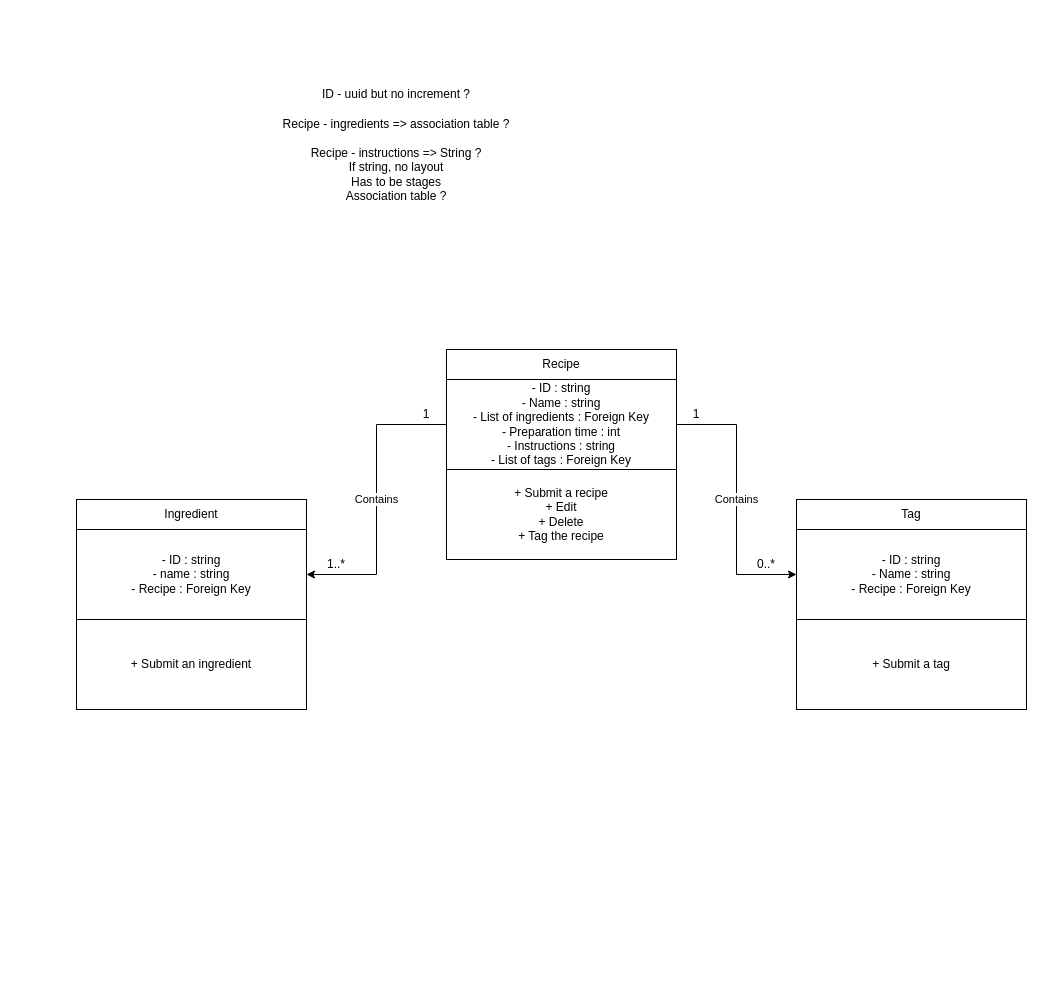
The draw.io diagram part3/5_Components_-_classes_-_database_design/ClassDiagram.drawio in jmitchell35/holbertonschool-portfolio_project, before the edit. Source tidied: cells renumbered, new cells numbered last; positions are measured from the earlier drawing's top-left corner, leaving out a move shared by most shapes. Both pictures are drawn from the tidied source at 100%, with x=0, y=0 at pixel (76, 79).
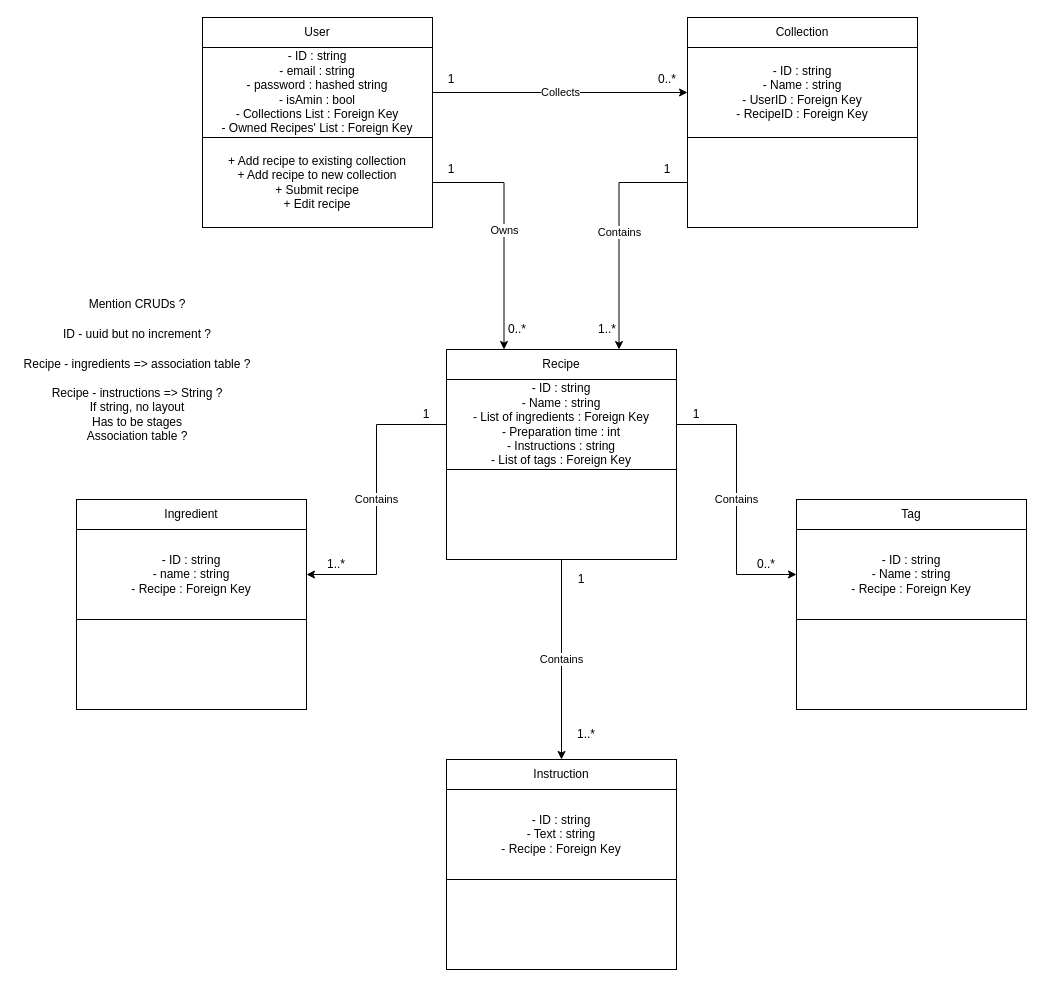
The same page after the edit.

Unchanged cells that the change refers to:
```xml
<mxCell id="2" style="group;" parent="1" vertex="1">
  <mxGeometry x="370" y="270" width="230" height="210" as="geometry" />
</mxCell>
<mxCell id="4" value="Recipe" style="rounded=0;whiteSpace=wrap;html=1;" parent="2" vertex="1">
  <mxGeometry width="230" height="30" as="geometry" />
</mxCell>
<mxCell id="7" style="group;" parent="1" vertex="1">
  <mxGeometry y="420" width="230" height="210" as="geometry" />
</mxCell>
<mxCell id="18" style="group;" parent="1" vertex="1">
  <mxGeometry x="720" y="420" width="230" height="210" as="geometry" />
</mxCell>
```

Diff of the diagram source:
```diff
@@
-    <mxCell id="6" value="&lt;div&gt;+ Submit a recipe&lt;/div&gt;&lt;div&gt;+ Edit&lt;/div&gt;&lt;div&gt;+ Delete&lt;/div&gt;&lt;div&gt;+ Tag the recipe&lt;/div&gt;" style="rounded=0;whiteSpace=wrap;html=1;" parent="2" vertex="1">
+    <mxCell id="6" style="rounded=0;whiteSpace=wrap;html=1;" parent="2" vertex="1">
       <mxGeometry y="120" width="230" height="90" as="geometry" />
     </mxCell>
@@
-    <mxCell id="11" value="&lt;div&gt;+ Submit an ingredient&lt;/div&gt;" style="rounded=0;whiteSpace=wrap;html=1;" parent="7" vertex="1">
+    <mxCell id="11" style="rounded=0;whiteSpace=wrap;html=1;" parent="7" vertex="1">
       <mxGeometry y="120" width="230" height="90" as="geometry" />
     </mxCell>
     <mxCell id="12" value="ID - uuid but no increment ?" style="text;html=1;align=center;verticalAlign=middle;whiteSpace=wrap;rounded=0;" parent="1" vertex="1">
-      <mxGeometry x="200" width="240" height="30" as="geometry" />
+      <mxGeometry x="-59" y="240" width="240" height="30" as="geometry" />
     </mxCell>
     <mxCell id="13" value="&lt;div&gt;Recipe - ingredients =&amp;gt; association table ?&lt;/div&gt;" style="text;html=1;align=center;verticalAlign=middle;whiteSpace=wrap;rounded=0;" parent="1" vertex="1">
-      <mxGeometry x="200" y="30" width="240" height="30" as="geometry" />
+      <mxGeometry x="-59" y="270" width="240" height="30" as="geometry" />
     </mxCell>
@@
     <mxCell id="15" value="&lt;div&gt;Recipe - instructions =&amp;gt; String ?&lt;/div&gt;&lt;div&gt;If string, no layout&lt;/div&gt;&lt;div&gt;Has to be stages&lt;/div&gt;&lt;div&gt;Association table ?&lt;/div&gt;" style="text;html=1;align=center;verticalAlign=middle;whiteSpace=wrap;rounded=0;" parent="1" vertex="1">
-      <mxGeometry x="200" y="80" width="240" height="30" as="geometry" />
+      <mxGeometry x="-59" y="320" width="240" height="30" as="geometry" />
     </mxCell>
@@
-    <mxCell id="22" value="&lt;div&gt;+ Submit a tag&lt;/div&gt;" style="rounded=0;whiteSpace=wrap;html=1;" parent="18" vertex="1">
+    <mxCell id="22" style="rounded=0;whiteSpace=wrap;html=1;" parent="18" vertex="1">
       <mxGeometry y="120" width="230" height="90" as="geometry" />
     </mxCell>
@@
+    <mxCell id="26" style="group;" parent="1" vertex="1">
+      <mxGeometry x="370" y="680" width="230" height="210" as="geometry" />
+    </mxCell>
+    <mxCell id="27" style="edgeStyle=orthogonalEdgeStyle;rounded=0;jettySize=auto;html=1;" parent="26" edge="1" source="28">
+      <mxGeometry relative="1" as="geometry">
+        <mxPoint x="115" y="120" as="targetPoint" />
+      </mxGeometry>
+    </mxCell>
+    <mxCell id="28" value="Instruction" style="rounded=0;whiteSpace=wrap;html=1;" parent="26" vertex="1">
+      <mxGeometry width="230" height="30" as="geometry" />
+    </mxCell>
+    <mxCell id="29" value="&lt;div&gt;- ID : string&lt;/div&gt;&lt;div&gt;- Text : string&lt;/div&gt;&lt;div&gt;- Recipe : Foreign Key&lt;/div&gt;" style="rounded=0;whiteSpace=wrap;html=1;" parent="26" vertex="1">
+      <mxGeometry y="30" width="230" height="90" as="geometry" />
+    </mxCell>
+    <mxCell id="30" style="rounded=0;whiteSpace=wrap;html=1;" parent="26" vertex="1">
+      <mxGeometry y="120" width="230" height="90" as="geometry" />
+    </mxCell>
+    <mxCell id="31" value="Contains" style="edgeStyle=orthogonalEdgeStyle;rounded=0;jettySize=auto;html=1;exitX=0.5;exitY=1;exitDx=0;exitDy=0;entryX=0.5;entryY=0;entryDx=0;entryDy=0;" parent="1" edge="1" source="6" target="28">
+      <mxGeometry relative="1" as="geometry" />
+    </mxCell>
+    <mxCell id="32" value="1" style="text;html=1;align=center;verticalAlign=middle;whiteSpace=wrap;rounded=0;" parent="1" vertex="1">
+      <mxGeometry x="475" y="485" width="60" height="30" as="geometry" />
+    </mxCell>
+    <mxCell id="33" value="1..*" style="text;html=1;align=center;verticalAlign=middle;whiteSpace=wrap;rounded=0;" parent="1" vertex="1">
+      <mxGeometry x="480" y="640" width="60" height="30" as="geometry" />
+    </mxCell>
+    <mxCell id="34" style="group;" parent="1" vertex="1">
+      <mxGeometry x="126" y="-62" width="230" height="210" as="geometry" />
+    </mxCell>
+    <mxCell id="35" style="edgeStyle=orthogonalEdgeStyle;rounded=0;jettySize=auto;html=1;" parent="34" edge="1" source="36">
+      <mxGeometry relative="1" as="geometry">
+        <mxPoint x="115" y="120" as="targetPoint" />
+      </mxGeometry>
+    </mxCell>
+    <mxCell id="36" value="User" style="rounded=0;whiteSpace=wrap;html=1;" parent="34" vertex="1">
+      <mxGeometry width="230" height="30" as="geometry" />
+    </mxCell>
+    <mxCell id="37" value="&lt;div&gt;- ID : string&lt;/div&gt;&lt;div&gt;- email : string&lt;/div&gt;&lt;div&gt;- password : hashed string&lt;/div&gt;&lt;div&gt;&lt;div&gt;- isAmin : bool&lt;/div&gt;&lt;div&gt;- Collections List : Foreign Key&lt;/div&gt;&lt;div&gt;- Owned Recipes' List : Foreign Key&lt;/div&gt;&lt;/div&gt;" style="rounded=0;whiteSpace=wrap;html=1;" parent="34" vertex="1">
+      <mxGeometry y="30" width="230" height="90" as="geometry" />
+    </mxCell>
+    <mxCell id="38" value="&lt;div&gt;+ Add recipe to existing collection&lt;/div&gt;&lt;div&gt;+ Add recipe to new collection&lt;/div&gt;&lt;div&gt;+ Submit recipe&lt;/div&gt;&lt;div&gt;+ Edit recipe&lt;/div&gt;" style="rounded=0;whiteSpace=wrap;html=1;" parent="34" vertex="1">
+      <mxGeometry y="120" width="230" height="90" as="geometry" />
+    </mxCell>
+    <mxCell id="39" value="Owns" style="edgeStyle=orthogonalEdgeStyle;rounded=0;jettySize=auto;html=1;exitX=1;exitY=0.5;exitDx=0;exitDy=0;entryX=0.25;entryY=0;entryDx=0;entryDy=0;" parent="1" edge="1" source="38" target="4">
+      <mxGeometry relative="1" as="geometry" />
+    </mxCell>
+    <mxCell id="40" value="1" style="text;html=1;align=center;verticalAlign=middle;whiteSpace=wrap;rounded=0;" parent="1" vertex="1">
+      <mxGeometry x="345" y="75" width="60" height="30" as="geometry" />
+    </mxCell>
+    <mxCell id="41" value="0..*" style="text;html=1;align=center;verticalAlign=middle;whiteSpace=wrap;rounded=0;" parent="1" vertex="1">
+      <mxGeometry x="411" y="235" width="60" height="30" as="geometry" />
+    </mxCell>
+    <mxCell id="42" style="group;" parent="1" vertex="1">
+      <mxGeometry x="611" y="-62" width="230" height="210" as="geometry" />
+    </mxCell>
+    <mxCell id="43" style="edgeStyle=orthogonalEdgeStyle;rounded=0;jettySize=auto;html=1;" parent="42" edge="1" source="44">
+      <mxGeometry relative="1" as="geometry">
+        <mxPoint x="115" y="120" as="targetPoint" />
+      </mxGeometry>
+    </mxCell>
+    <mxCell id="44" value="Collection" style="rounded=0;whiteSpace=wrap;html=1;" parent="42" vertex="1">
+      <mxGeometry width="230" height="30" as="geometry" />
+    </mxCell>
+    <mxCell id="45" value="&lt;div&gt;- ID : string&lt;/div&gt;&lt;div&gt;- Name : string&lt;/div&gt;&lt;div&gt;- UserID : Foreign Key&lt;/div&gt;&lt;div&gt;- RecipeID : Foreign Key&lt;/div&gt;" style="rounded=0;whiteSpace=wrap;html=1;" parent="42" vertex="1">
+      <mxGeometry y="30" width="230" height="90" as="geometry" />
+    </mxCell>
+    <mxCell id="46" style="rounded=0;whiteSpace=wrap;html=1;" parent="42" vertex="1">
+      <mxGeometry y="120" width="230" height="90" as="geometry" />
+    </mxCell>
+    <mxCell id="47" value="Contains" style="edgeStyle=orthogonalEdgeStyle;rounded=0;jettySize=auto;html=1;exitX=0;exitY=0.5;exitDx=0;exitDy=0;entryX=0.75;entryY=0;entryDx=0;entryDy=0;" parent="1" edge="1" source="46" target="4">
+      <mxGeometry relative="1" as="geometry" />
+    </mxCell>
+    <mxCell id="48" value="Collects" style="edgeStyle=orthogonalEdgeStyle;rounded=0;jettySize=auto;html=1;exitX=1;exitY=0.5;exitDx=0;exitDy=0;entryX=0;entryY=0.5;entryDx=0;entryDy=0;" parent="1" edge="1" source="37" target="45">
+      <mxGeometry relative="1" as="geometry" />
+    </mxCell>
+    <mxCell id="49" value="1" style="text;html=1;align=center;verticalAlign=middle;whiteSpace=wrap;rounded=0;" parent="1" vertex="1">
+      <mxGeometry x="345" y="-15" width="60" height="30" as="geometry" />
+    </mxCell>
+    <mxCell id="50" value="0..*" style="text;html=1;align=center;verticalAlign=middle;whiteSpace=wrap;rounded=0;" parent="1" vertex="1">
+      <mxGeometry x="561" y="-15" width="60" height="30" as="geometry" />
+    </mxCell>
+    <mxCell id="51" value="1" style="text;html=1;align=center;verticalAlign=middle;whiteSpace=wrap;rounded=0;" parent="1" vertex="1">
+      <mxGeometry x="561" y="75" width="60" height="30" as="geometry" />
+    </mxCell>
+    <mxCell id="52" value="1..*" style="text;html=1;align=center;verticalAlign=middle;whiteSpace=wrap;rounded=0;" parent="1" vertex="1">
+      <mxGeometry x="501" y="235" width="60" height="30" as="geometry" />
+    </mxCell>
+    <mxCell id="53" value="Mention CRUDs ?" style="text;html=1;align=center;verticalAlign=middle;whiteSpace=wrap;rounded=0;" parent="1" vertex="1">
+      <mxGeometry x="-59" y="210" width="240" height="30" as="geometry" />
+    </mxCell>
```
